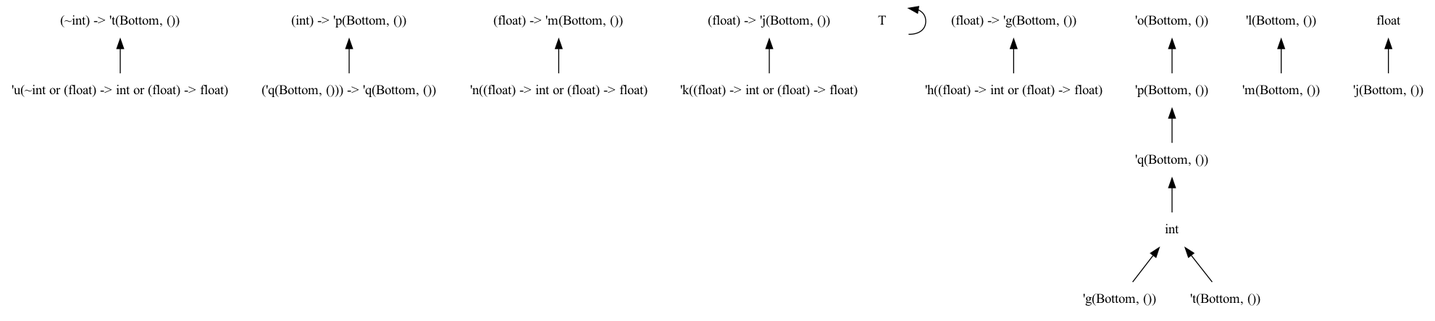
Before: dots/png/1.dot.png, a diagram exported from Graphviz (chocobo333/regino). Its source is kept beside it as dots/1.dot.
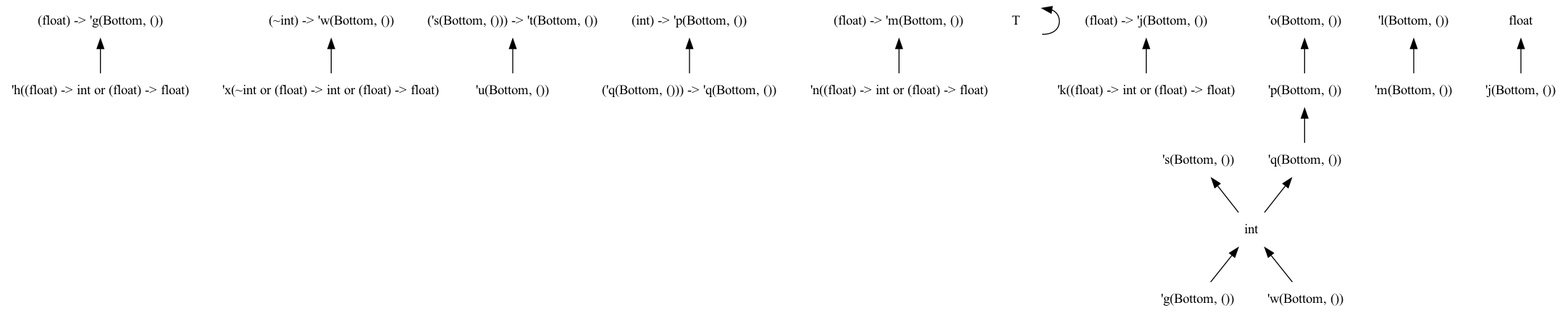
After the change.

Change to the diagram source:
```diff
@@ -8,38 +8,43 @@
   edge [
     dir = back
     ];
-  "(~int) -> 't(Bottom, ())"
+  "(float) -> 'g(Bottom, ())"
+  "(~int) -> 'w(Bottom, ())"
+  "('s(Bottom, ())) -> 't(Bottom, ())"
   "(int) -> 'p(Bottom, ())"
   "(float) -> 'm(Bottom, ())"
-  "(float) -> 'j(Bottom, ())"
   "T"
+  "'x(~int or (float) -> int or (float) -> float)"
   "'h((float) -> int or (float) -> float)"
   "'k((float) -> int or (float) -> float)"
   "'n((float) -> int or (float) -> float)"
+  "'u(Bottom, ())"
   "'p(Bottom, ())"
   "'q(Bottom, ())"
   "'m(Bottom, ())"
   "'j(Bottom, ())"
   "'g(Bottom, ())"
-  "'t(Bottom, ())"
+  "'w(Bottom, ())"
+  "'s(Bottom, ())"
   "'o(Bottom, ())"
   "'l(Bottom, ())"
-  "'u(~int or (float) -> int or (float) -> float)"
   "float"
   "int"
   "('q(Bottom, ())) -> 'q(Bottom, ())"
-  "(float) -> 'g(Bottom, ())"
+  "(float) -> 'j(Bottom, ())"
+  "(int) -> 'p(Bottom, ())" -> "('q(Bottom, ())) -> 'q(Bottom, ())"
   "(float) -> 'm(Bottom, ())" -> "'n((float) -> int or (float) -> float)"
   "(float) -> 'j(Bottom, ())" -> "'k((float) -> int or (float) -> float)"
   "(float) -> 'g(Bottom, ())" -> "'h((float) -> int or (float) -> float)"
   "T" -> "T"
   "float" -> "'j(Bottom, ())"
+  "'s(Bottom, ())" -> "int"
+  "int" -> "'g(Bottom, ())"
+  "int" -> "'w(Bottom, ())"
   "'o(Bottom, ())" -> "'p(Bottom, ())"
-  "int" -> "'g(Bottom, ())"
-  "int" -> "'t(Bottom, ())"
   "'q(Bottom, ())" -> "int"
   "'p(Bottom, ())" -> "'q(Bottom, ())"
   "'l(Bottom, ())" -> "'m(Bottom, ())"
-  "(~int) -> 't(Bottom, ())" -> "'u(~int or (float) -> int or (float) -> float)"
-  "(int) -> 'p(Bottom, ())" -> "('q(Bottom, ())) -> 'q(Bottom, ())"
+  "(~int) -> 'w(Bottom, ())" -> "'x(~int or (float) -> int or (float) -> float)"
+  "('s(Bottom, ())) -> 't(Bottom, ())" -> "'u(Bottom, ())"
 }
```
